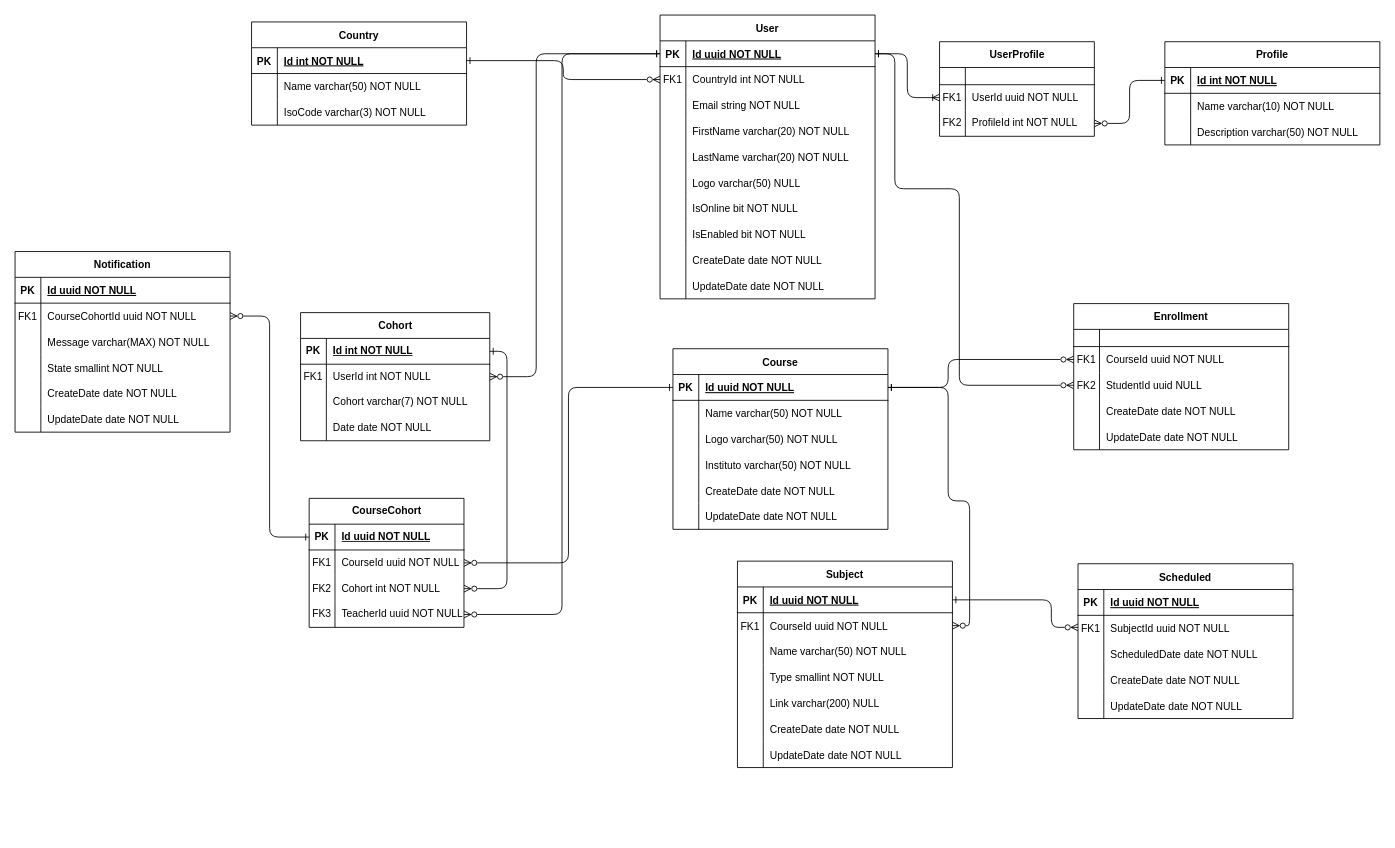
Before: StudyFlow Entidad-Relacion.drawio in Jomprate/StudyFlow, a draw.io diagram. Source tidied: cells renumbered, new cells numbered last; positions are measured from the earlier drawing's top-left corner, leaving out a move shared by most shapes. Both pictures are drawn from the tidied source at 86%, with x=0, y=0 at pixel (15, 15).
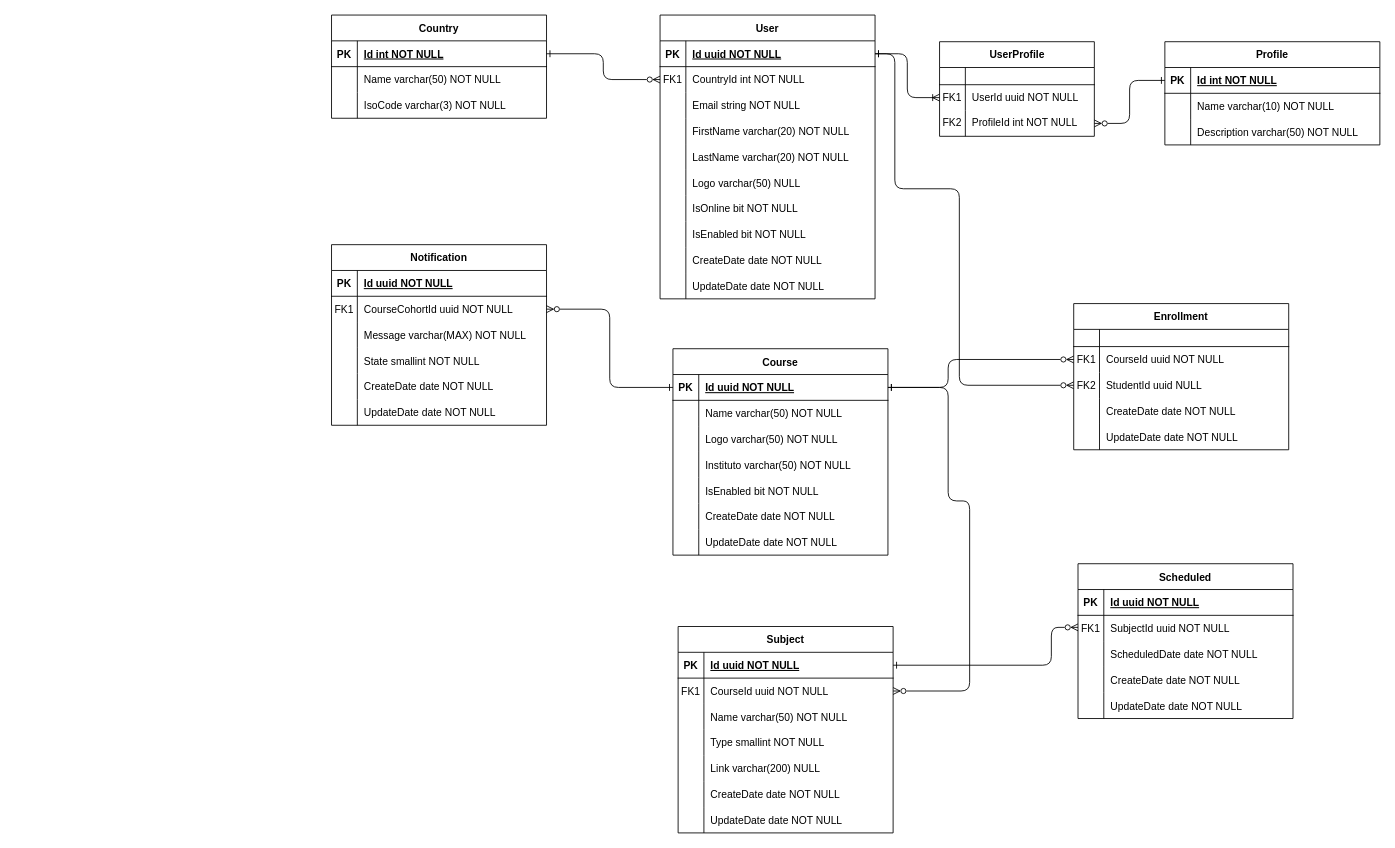
Above is the later version.

Commit message:
delete cohort entity and his relations

Unchanged cells that the change refers to:
```xml
<mxCell id="3" style="shape=partialRectangle;fillColor=none;points=[[0,0.5],[1,0.5]];portConstraint=eastwest;top=0;left=0;right=0;bottom=1;rounded=0;" parent="2" vertex="1">
  <mxGeometry y="30" width="250" height="30" as="geometry" />
</mxCell>
<mxCell id="60" style="shape=partialRectangle;fillColor=none;points=[[0,0.5],[1,0.5]];portConstraint=eastwest;top=0;left=0;right=0;bottom=1;rounded=0;" parent="59" vertex="1">
  <mxGeometry y="30" width="250" height="30" as="geometry" />
</mxCell>
<mxCell id="63" style="shape=partialRectangle;fillColor=none;points=[[0,0.5],[1,0.5]];portConstraint=eastwest;top=0;left=0;right=0;bottom=0;rounded=0;" parent="59" vertex="1">
  <mxGeometry y="60" width="250" height="30" as="geometry" />
</mxCell>
<mxCell id="85" style="shape=partialRectangle;fillColor=none;points=[[0,0.5],[1,0.5]];portConstraint=eastwest;top=0;left=0;right=0;bottom=0;rounded=0;" parent="81" vertex="1">
  <mxGeometry y="60" width="250" height="30" as="geometry" />
</mxCell>
<mxCell id="102" style="shape=partialRectangle;fillColor=none;points=[[0,0.5],[1,0.5]];portConstraint=eastwest;top=0;left=0;right=0;bottom=0;rounded=0;" parent="98" vertex="1">
  <mxGeometry y="60" width="250" height="30" as="geometry" />
</mxCell>
<mxCell id="130" style="shape=partialRectangle;fillColor=none;points=[[0,0.5],[1,0.5]];portConstraint=eastwest;top=0;left=0;right=0;bottom=1;rounded=0;" parent="129" vertex="1">
  <mxGeometry y="30" width="250" height="30" as="geometry" />
</mxCell>
```

Diff of the diagram source:
```diff
@@
     <mxCell id="33" value="Country" style="shape=table;startSize=30;childLayout=tableLayout;rowLines=0;fontStyle=1;align=center;rounded=0;" parent="1" vertex="1">
-      <mxGeometry x="275" y="8" width="250" height="120" as="geometry" />
+      <mxGeometry x="368" width="250" height="120" as="geometry" />
     </mxCell>
@@
     <mxCell id="59" value="Subject" style="shape=table;startSize=30;childLayout=tableLayout;rowLines=0;fontStyle=1;align=center;rounded=0;" parent="1" vertex="1">
-      <mxGeometry x="840" y="635" width="250" height="240" as="geometry" />
+      <mxGeometry x="771" y="711" width="250" height="240" as="geometry" />
     </mxCell>
@@
     <mxCell id="97" style="group;rounded=0;" parent="1" vertex="1">
-      <mxGeometry y="275" width="250" height="190" as="geometry" />
+      <mxGeometry x="368" y="267" width="250" height="190" as="geometry" />
     </mxCell>
@@
     <mxCell id="128" style="edgeStyle=orthogonalEdgeStyle;rounded=1;jettySize=auto;html=1;startArrow=ERzeroToMany;startFill=0;endArrow=ERone;endFill=0;entryX=1;entryY=0.5;entryDx=0;entryDy=0;curved=0;" parent="1" edge="1" source="85" target="60">
       <mxGeometry relative="1" as="geometry">
         <Array as="points">
           <mxPoint x="1205" y="712" />
-          <mxPoint x="1205" y="680" />
+          <mxPoint x="1205" y="756" />
         </Array>
       </mxGeometry>
     </mxCell>
     <mxCell id="129" value="Course" style="shape=table;startSize=30;childLayout=tableLayout;rowLines=0;fontStyle=1;align=center;rounded=0;" parent="1" vertex="1">
-      <mxGeometry x="765" y="388" width="250" height="210" as="geometry" />
+      <mxGeometry x="765" y="388" width="250" height="240" as="geometry" />
     </mxCell>
@@
+    <mxCell id="194" style="shape=partialRectangle;fillColor=none;top=0;left=0;right=0;bottom=0;rounded=0;" parent="129" vertex="1">
+      <mxGeometry y="150" width="250" height="30" as="geometry" />
+    </mxCell>
+    <mxCell id="195" style="shape=partialRectangle;overflow=hidden;fillColor=none;top=0;left=0;bottom=0;right=0;rounded=0;" parent="194" vertex="1">
+      <mxGeometry width="30" height="30" as="geometry" />
+    </mxCell>
+    <mxCell id="196" value="IsEnabled bit NOT NULL" style="shape=partialRectangle;overflow=hidden;fillColor=none;top=0;left=0;bottom=0;right=0;align=left;spacingLeft=6;rounded=0;" parent="194" vertex="1">
+      <mxGeometry x="30" width="220" height="30" as="geometry" />
+    </mxCell>
     <mxCell id="142" style="shape=partialRectangle;fillColor=none;top=0;left=0;right=0;bottom=0;rounded=0;" parent="129" vertex="1">
-      <mxGeometry y="150" width="250" height="30" as="geometry" />
+      <mxGeometry y="180" width="250" height="30" as="geometry" />
     </mxCell>
@@
     <mxCell id="145" style="shape=partialRectangle;fillColor=none;top=0;left=0;right=0;bottom=0;rounded=0;" parent="129" vertex="1">
-      <mxGeometry y="180" width="250" height="30" as="geometry" />
+      <mxGeometry y="210" width="250" height="30" as="geometry" />
     </mxCell>
@@
     <mxCell id="150" style="edgeStyle=orthogonalEdgeStyle;rounded=1;jettySize=auto;html=1;entryX=1;entryY=0.5;entryDx=0;entryDy=0;startArrow=ERone;startFill=0;endArrow=ERzeroToMany;endFill=0;curved=0;" parent="1" edge="1" source="130" target="63">
       <mxGeometry relative="1" as="geometry">
         <Array as="points">
           <mxPoint x="1085" y="433" />
           <mxPoint x="1085" y="565" />
           <mxPoint x="1110" y="565" />
-          <mxPoint x="1110" y="710" />
+          <mxPoint x="1110" y="786" />
         </Array>
       </mxGeometry>
     </mxCell>
-    <mxCell id="151" value="CourseCohort" style="shape=table;startSize=30;childLayout=tableLayout;rowLines=0;fontStyle=1;align=center;html=1;" parent="1" vertex="1">
-      <mxGeometry x="342" y="562" width="180" height="150" as="geometry" />
-    </mxCell>
-    <mxCell id="152" style="shape=tableRow;horizontal=0;startSize=0;swimlaneHead=0;swimlaneBody=0;fillColor=none;points=[[0,0.5],[1,0.5]];portConstraint=eastwest;top=0;left=0;right=0;bottom=1;" parent="151" vertex="1">
-      <mxGeometry y="30" width="180" height="30" as="geometry" />
-    </mxCell>
-    <mxCell id="153" value="PK" style="shape=partialRectangle;fillColor=none;top=0;left=0;bottom=0;right=0;fontStyle=1;overflow=hidden;whiteSpace=wrap;html=1;" parent="152" vertex="1">
-      <mxGeometry width="30" height="30" as="geometry" />
-    </mxCell>
-    <mxCell id="154" value="Id uuid NOT NULL" style="shape=partialRectangle;fillColor=none;top=0;left=0;bottom=0;right=0;align=left;spacingLeft=6;fontStyle=5;overflow=hidden;whiteSpace=wrap;html=1;" parent="152" vertex="1">
-      <mxGeometry x="30" width="150" height="30" as="geometry" />
-    </mxCell>
-    <mxCell id="155" style="shape=tableRow;horizontal=0;startSize=0;swimlaneHead=0;swimlaneBody=0;fillColor=none;points=[[0,0.5],[1,0.5]];portConstraint=eastwest;top=0;left=0;right=0;bottom=0;" parent="151" vertex="1">
-      <mxGeometry y="60" width="180" height="30" as="geometry" />
-    </mxCell>
-    <mxCell id="156" value="FK1" style="shape=partialRectangle;fillColor=none;top=0;left=0;bottom=0;right=0;overflow=hidden;whiteSpace=wrap;html=1;" parent="155" vertex="1">
-      <mxGeometry width="30" height="30" as="geometry" />
-    </mxCell>
-    <mxCell id="157" value="CourseId uuid NOT NULL" style="shape=partialRectangle;fillColor=none;top=0;left=0;bottom=0;right=0;align=left;spacingLeft=6;overflow=hidden;whiteSpace=wrap;html=1;" parent="155" vertex="1">
-      <mxGeometry x="30" width="150" height="30" as="geometry" />
-    </mxCell>
-    <mxCell id="158" style="shape=tableRow;horizontal=0;startSize=0;swimlaneHead=0;swimlaneBody=0;fillColor=none;points=[[0,0.5],[1,0.5]];portConstraint=eastwest;top=0;left=0;right=0;bottom=0;" parent="151" vertex="1">
-      <mxGeometry y="90" width="180" height="30" as="geometry" />
-    </mxCell>
-    <mxCell id="159" value="FK2" style="shape=partialRectangle;fillColor=none;top=0;left=0;bottom=0;right=0;overflow=hidden;whiteSpace=wrap;html=1;" parent="158" vertex="1">
-      <mxGeometry width="30" height="30" as="geometry" />
-    </mxCell>
-    <mxCell id="160" value="Cohort int NOT NULL" style="shape=partialRectangle;fillColor=none;top=0;left=0;bottom=0;right=0;align=left;spacingLeft=6;overflow=hidden;whiteSpace=wrap;html=1;" parent="158" vertex="1">
-      <mxGeometry x="30" width="150" height="30" as="geometry" />
-    </mxCell>
-    <mxCell id="161" style="shape=tableRow;horizontal=0;startSize=0;swimlaneHead=0;swimlaneBody=0;fillColor=none;points=[[0,0.5],[1,0.5]];portConstraint=eastwest;top=0;left=0;right=0;bottom=0;" parent="151" vertex="1">
-      <mxGeometry y="120" width="180" height="30" as="geometry" />
-    </mxCell>
-    <mxCell id="162" value="FK3" style="shape=partialRectangle;fillColor=none;top=0;left=0;bottom=0;right=0;overflow=hidden;whiteSpace=wrap;html=1;" parent="161" vertex="1">
-      <mxGeometry width="30" height="30" as="geometry" />
-    </mxCell>
-    <mxCell id="163" value="TeacherId uuid NOT NULL" style="shape=partialRectangle;fillColor=none;top=0;left=0;bottom=0;right=0;align=left;spacingLeft=6;overflow=hidden;whiteSpace=wrap;html=1;" parent="161" vertex="1">
-      <mxGeometry x="30" width="150" height="30" as="geometry" />
-    </mxCell>
-    <mxCell id="164" value="Cohort" style="shape=table;startSize=30;childLayout=tableLayout;rowLines=0;fontStyle=1;align=center;html=1;" parent="1" vertex="1">
-      <mxGeometry x="332" y="346" width="220" height="149" as="geometry" />
-    </mxCell>
-    <mxCell id="165" style="shape=tableRow;horizontal=0;startSize=0;swimlaneHead=0;swimlaneBody=0;fillColor=none;points=[[0,0.5],[1,0.5]];portConstraint=eastwest;top=0;left=0;right=0;bottom=1;" parent="164" vertex="1">
-      <mxGeometry y="30" width="220" height="30" as="geometry" />
-    </mxCell>
-    <mxCell id="166" value="PK" style="shape=partialRectangle;fillColor=none;top=0;left=0;bottom=0;right=0;fontStyle=1;overflow=hidden;whiteSpace=wrap;html=1;" parent="165" vertex="1">
-      <mxGeometry width="30" height="30" as="geometry" />
-    </mxCell>
-    <mxCell id="167" value="Id int NOT NULL" style="shape=partialRectangle;fillColor=none;top=0;left=0;bottom=0;right=0;align=left;spacingLeft=6;fontStyle=5;overflow=hidden;whiteSpace=wrap;html=1;" parent="165" vertex="1">
-      <mxGeometry x="30" width="190" height="30" as="geometry" />
-    </mxCell>
-    <mxCell id="168" style="shape=tableRow;horizontal=0;startSize=0;swimlaneHead=0;swimlaneBody=0;fillColor=none;points=[[0,0.5],[1,0.5]];portConstraint=eastwest;top=0;left=0;right=0;bottom=0;" parent="164" vertex="1">
-      <mxGeometry y="60" width="220" height="29" as="geometry" />
-    </mxCell>
-    <mxCell id="169" value="FK1" style="shape=partialRectangle;fillColor=none;top=0;left=0;bottom=0;right=0;overflow=hidden;whiteSpace=wrap;html=1;" parent="168" vertex="1">
-      <mxGeometry width="30" height="29" as="geometry" />
-    </mxCell>
-    <mxCell id="170" value="UserId int NOT NULL" style="shape=partialRectangle;fillColor=none;top=0;left=0;bottom=0;right=0;align=left;spacingLeft=6;overflow=hidden;whiteSpace=wrap;html=1;" parent="168" vertex="1">
-      <mxGeometry x="30" width="190" height="29" as="geometry" />
-    </mxCell>
-    <mxCell id="171" style="shape=tableRow;horizontal=0;startSize=0;swimlaneHead=0;swimlaneBody=0;fillColor=none;top=0;left=0;right=0;bottom=0;" parent="164" vertex="1">
-      <mxGeometry y="89" width="220" height="30" as="geometry" />
-    </mxCell>
-    <mxCell id="172" style="shape=partialRectangle;fillColor=none;top=0;left=0;bottom=0;right=0;overflow=hidden;whiteSpace=wrap;html=1;" parent="171" vertex="1">
-      <mxGeometry width="30" height="30" as="geometry" />
-    </mxCell>
-    <mxCell id="173" value="Cohort varchar(7) NOT NULL" style="shape=partialRectangle;fillColor=none;top=0;left=0;bottom=0;right=0;align=left;spacingLeft=6;overflow=hidden;whiteSpace=wrap;html=1;" parent="171" vertex="1">
-      <mxGeometry x="30" width="190" height="30" as="geometry" />
-    </mxCell>
-    <mxCell id="174" style="shape=tableRow;horizontal=0;startSize=0;swimlaneHead=0;swimlaneBody=0;fillColor=none;top=0;left=0;right=0;bottom=0;" parent="164" vertex="1">
-      <mxGeometry y="119" width="220" height="30" as="geometry" />
-    </mxCell>
-    <mxCell id="175" style="shape=partialRectangle;fillColor=none;top=0;left=0;bottom=0;right=0;overflow=hidden;whiteSpace=wrap;html=1;" parent="174" vertex="1">
-      <mxGeometry width="30" height="30" as="geometry" />
-    </mxCell>
-    <mxCell id="176" value="Date date NOT NULL" style="shape=partialRectangle;fillColor=none;top=0;left=0;bottom=0;right=0;align=left;spacingLeft=6;overflow=hidden;whiteSpace=wrap;html=1;" parent="174" vertex="1">
-      <mxGeometry x="30" width="190" height="30" as="geometry" />
-    </mxCell>
-    <mxCell id="177" style="edgeStyle=orthogonalEdgeStyle;jettySize=auto;html=1;exitX=1;exitY=0.5;exitDx=0;exitDy=0;entryX=0;entryY=0.5;entryDx=0;entryDy=0;startArrow=ERzeroToMany;startFill=0;endArrow=ERone;endFill=0;" parent="1" edge="1" source="102" target="152">
+    <mxCell id="177" style="edgeStyle=orthogonalEdgeStyle;jettySize=auto;html=1;exitX=1;exitY=0.5;exitDx=0;exitDy=0;entryX=0;entryY=0.5;entryDx=0;entryDy=0;startArrow=ERzeroToMany;startFill=0;endArrow=ERone;endFill=0;" parent="1" edge="1" source="102" target="130">
       <mxGeometry relative="1" as="geometry" />
     </mxCell>
-    <mxCell id="178" style="edgeStyle=orthogonalEdgeStyle;jettySize=auto;html=1;exitX=1;exitY=0.5;exitDx=0;exitDy=0;entryX=0;entryY=0.5;entryDx=0;entryDy=0;startArrow=ERzeroToMany;startFill=0;endArrow=ERone;endFill=0;" parent="1" edge="1" source="155" target="130">
-      <mxGeometry relative="1" as="geometry" />
-    </mxCell>
-    <mxCell id="179" style="edgeStyle=orthogonalEdgeStyle;jettySize=auto;html=1;exitX=1;exitY=0.5;exitDx=0;exitDy=0;entryX=1;entryY=0.5;entryDx=0;entryDy=0;startArrow=ERone;startFill=0;endArrow=ERzeroToMany;endFill=0;" parent="1" edge="1" source="165" target="158">
-      <mxGeometry relative="1" as="geometry" />
-    </mxCell>
-    <mxCell id="180" style="edgeStyle=orthogonalEdgeStyle;jettySize=auto;html=1;entryX=0;entryY=0.5;entryDx=0;entryDy=0;startArrow=ERzeroToMany;startFill=0;endArrow=ERone;endFill=0;" parent="1" edge="1" source="161" target="3">
-      <mxGeometry relative="1" as="geometry" />
-    </mxCell>
@@
-    <mxCell id="193" style="edgeStyle=orthogonalEdgeStyle;rounded=1;jettySize=auto;html=1;exitX=1;exitY=0.5;exitDx=0;exitDy=0;entryX=0;entryY=0.5;entryDx=0;entryDy=0;endArrow=ERone;endFill=0;startArrow=ERzeroToMany;startFill=0;curved=0;" parent="1" edge="1" source="168" target="3">
-      <mxGeometry relative="1" as="geometry">
-        <Array as="points">
-          <mxPoint x="606" y="421" />
-          <mxPoint x="606" y="45" />
-        </Array>
-      </mxGeometry>
-    </mxCell>
```
